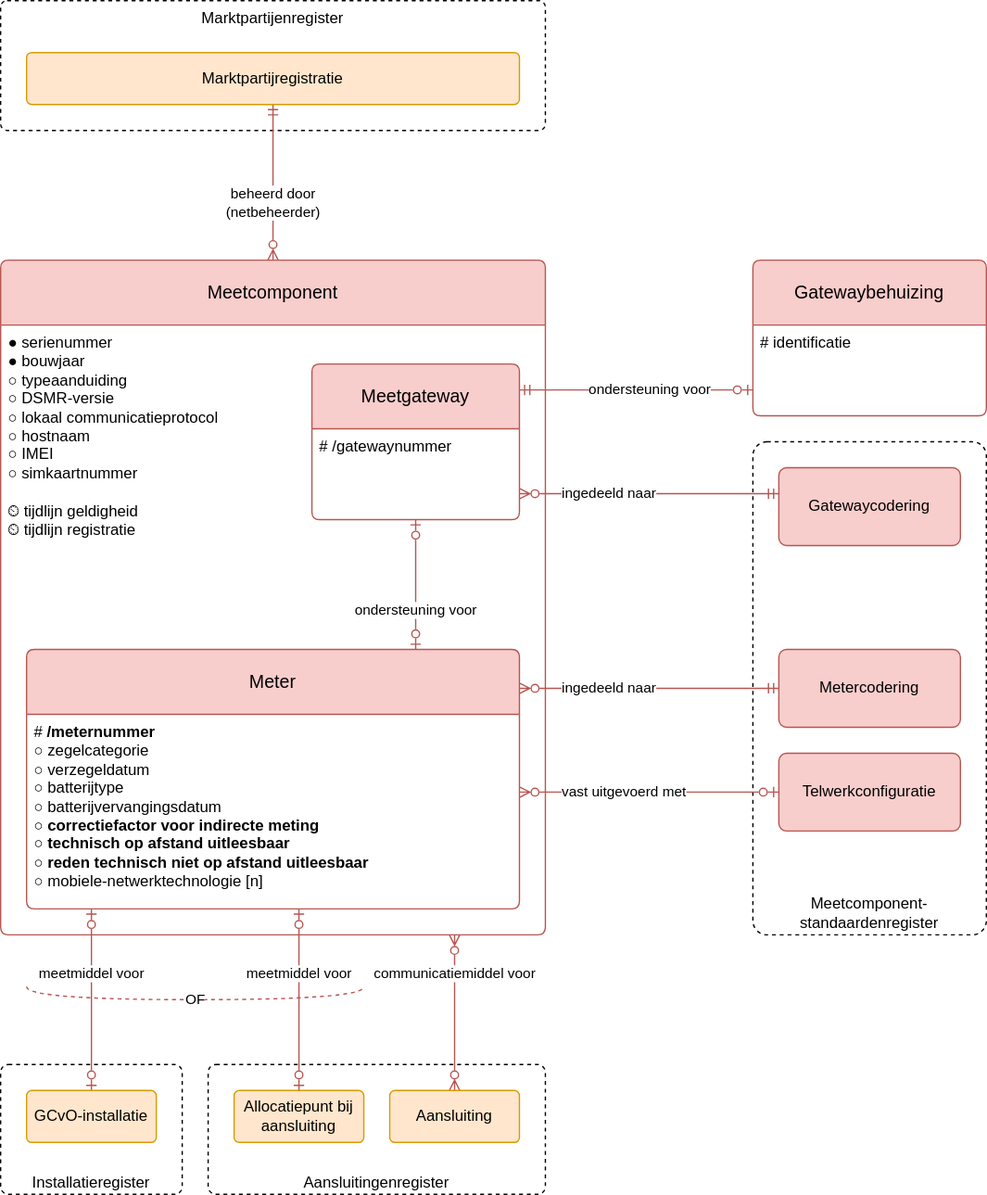
Earlier version of the draw.io export modellen/registers/meetcomponentenregister/1.0.0/model.drawio.svg (sefanja/nbnl-conceptuele-informatiemodellen). Source tidied: cells renumbered, new cells last; positions are measured from the earlier drawing's top-left corner, leaving out a move shared by most shapes.
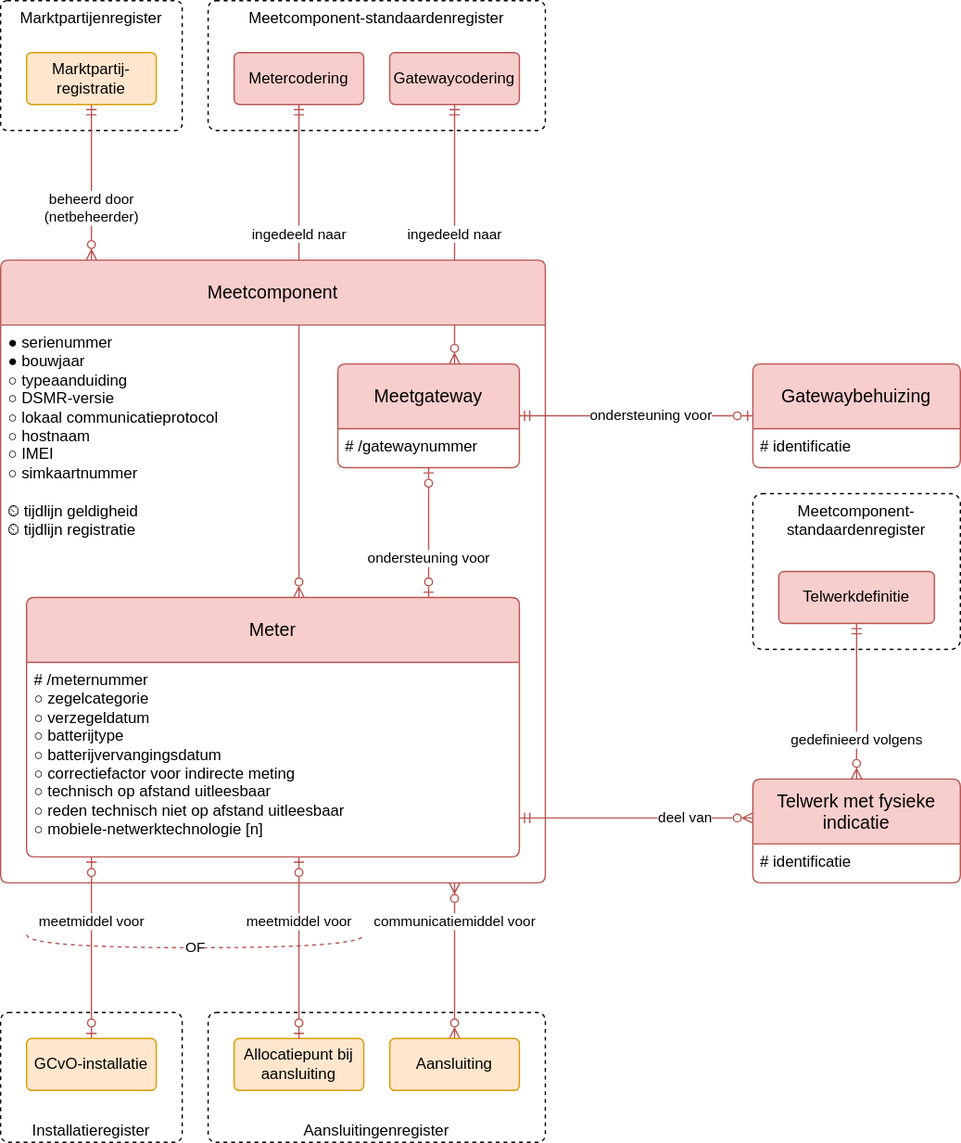
Later version of the same file.

Change to the diagram source:
```diff
@@ -2,29 +2,26 @@
   <root>
     <mxCell id="0" />
     <mxCell id="1" parent="0" />
+    <mxCell id="31" value="Meetcomponent-standaardenregister" style="rounded=1;whiteSpace=wrap;html=1;dashed=1;verticalAlign=top;arcSize=6;" parent="1" vertex="1">
+      <mxGeometry x="580" y="420" width="160" height="120" as="geometry" />
+    </mxCell>
-    <mxCell id="2" value="Meetcomponent-standaardenregister" style="rounded=1;whiteSpace=wrap;html=1;dashed=1;verticalAlign=bottom;arcSize=6;" parent="1" vertex="1">
-      <mxGeometry x="580" y="340" width="180" height="380" as="geometry" />
+    <mxCell id="2" value="Meetcomponent-standaardenregister" style="rounded=1;whiteSpace=wrap;html=1;dashed=1;verticalAlign=top;arcSize=6;" parent="1" vertex="1">
+      <mxGeometry x="160" y="40" width="260" height="100" as="geometry" />
     </mxCell>
-    <mxCell id="3" value="vast uitgevoerd&amp;nbsp;&lt;span style=&quot;background-color: light-dark(#ffffff, var(--ge-dark-color, #121212)); color: light-dark(rgb(0, 0, 0), rgb(255, 255, 255));&quot;&gt;met&lt;/span&gt;" style="endArrow=ERzeroToOne;html=1;rounded=0;startArrow=ERzeroToMany;startFill=0;endFill=0;edgeStyle=elbowEdgeStyle;align=left;fillColor=#f8cecc;strokeColor=#b85450;elbow=vertical;" parent="1" edge="1" source="9" target="26">
-      <mxGeometry x="-0.7" relative="1" as="geometry">
-        <mxPoint x="1" as="offset" />
-      </mxGeometry>
+    <mxCell id="3" value="gedefinieerd volgens" style="endArrow=ERmandOne;html=1;rounded=0;startArrow=ERzeroToMany;startFill=0;endFill=0;edgeStyle=elbowEdgeStyle;align=center;fillColor=#f8cecc;strokeColor=#b85450;" parent="1" edge="1" source="32" target="26">
+      <mxGeometry x="-0.5" relative="1" as="geometry" />
     </mxCell>
-    <mxCell id="4" value="ingedeeld naar" style="endArrow=ERmandOne;html=1;rounded=0;endFill=0;startArrow=ERzeroToMany;startFill=0;edgeStyle=elbowEdgeStyle;fillColor=#f8cecc;strokeColor=#b85450;align=left;elbow=vertical;" parent="1" edge="1" source="20" target="24">
-      <mxGeometry x="-0.7" relative="1" as="geometry">
-        <mxPoint x="1" as="offset" />
-      </mxGeometry>
+    <mxCell id="4" value="ingedeeld naar" style="endArrow=ERmandOne;html=1;rounded=0;endFill=0;startArrow=ERzeroToMany;startFill=0;edgeStyle=elbowEdgeStyle;fillColor=#f8cecc;strokeColor=#b85450;align=center;" parent="1" edge="1" source="20" target="24">
+      <mxGeometry relative="1" as="geometry" />
     </mxCell>
-    <mxCell id="5" value="ingedeeld naar" style="edgeStyle=elbowEdgeStyle;fontSize=11;html=1;endArrow=ERmandOne;startArrow=ERzeroToMany;rounded=0;endFill=0;fontStyle=0;align=left;startFill=0;fillColor=#f8cecc;strokeColor=#b85450;elbow=vertical;" parent="1" edge="1" source="9" target="25">
-      <mxGeometry x="-0.7" relative="1" as="geometry">
-        <mxPoint x="1" as="offset" />
-      </mxGeometry>
+    <mxCell id="5" value="ingedeeld naar" style="edgeStyle=elbowEdgeStyle;fontSize=11;html=1;endArrow=ERmandOne;startArrow=ERzeroToMany;rounded=0;endFill=0;fontStyle=0;align=center;startFill=0;fillColor=#f8cecc;strokeColor=#b85450;" parent="1" edge="1" source="9" target="25">
+      <mxGeometry x="0.47" relative="1" as="geometry" />
     </mxCell>
     <mxCell id="6" value="Meetcomponent" style="swimlane;horizontal=1;startSize=50;rounded=1;fontSize=14;fontStyle=0;strokeWidth=1;shadow=0;dashed=0;align=center;fillColor=#f8cecc;strokeColor=#b85450;arcSize=4;whiteSpace=wrap;html=1;" parent="1" vertex="1">
-      <mxGeometry y="200" width="420" height="520" as="geometry" />
+      <mxGeometry y="240" width="420" height="480" as="geometry" />
     </mxCell>
     <mxCell id="7" value="●&amp;nbsp;serienummer&lt;br&gt;●&amp;nbsp;bouwjaar&lt;br&gt;&lt;div&gt;&lt;/div&gt;&lt;div&gt;○ typeaanduiding&lt;span style=&quot;background-color: transparent; color: light-dark(rgb(0, 0, 0), rgb(255, 255, 255));&quot;&gt;&lt;/span&gt;&lt;/div&gt;&lt;div&gt;&lt;span style=&quot;background-color: transparent; color: light-dark(rgb(0, 0, 0), rgb(255, 255, 255));&quot;&gt;○ DSMR-versie&lt;/span&gt;&lt;/div&gt;&lt;div&gt;&lt;span style=&quot;background-color: transparent; color: light-dark(rgb(0, 0, 0), rgb(255, 255, 255));&quot;&gt;○&amp;nbsp;&lt;/span&gt;&lt;span style=&quot;background-color: transparent; color: light-dark(rgb(0, 0, 0), rgb(255, 255, 255));&quot;&gt;lokaal communicatieprotocol&lt;/span&gt;&lt;/div&gt;&lt;div&gt;&lt;span style=&quot;background-color: transparent; color: light-dark(rgb(0, 0, 0), rgb(255, 255, 255));&quot;&gt;○ hostnaam&lt;/span&gt;&lt;/div&gt;&lt;div&gt;&lt;span style=&quot;background-color: transparent; color: light-dark(rgb(0, 0, 0), rgb(255, 255, 255));&quot;&gt;○ IMEI&lt;/span&gt;&lt;/div&gt;&lt;div&gt;&lt;div&gt;&lt;span style=&quot;background-color: transparent; color: light-dark(rgb(0, 0, 0), rgb(255, 255, 255));&quot;&gt;○&amp;nbsp;simkaartnummer&lt;/span&gt;&lt;/div&gt;&lt;/div&gt;&lt;div&gt;&lt;span style=&quot;background-color: transparent; color: light-dark(rgb(0, 0, 0), rgb(255, 255, 255));&quot;&gt;&lt;br&gt;&lt;/span&gt;&lt;/div&gt;&lt;div&gt;&lt;span style=&quot;background-color: transparent;&quot;&gt;⏲ tijdlijn geldigheid&lt;/span&gt;&lt;/div&gt;&lt;div&gt;⏲ tijdlijn registratie&lt;span style=&quot;background-color: transparent;&quot;&gt;&lt;/span&gt;&lt;/div&gt;" style="align=left;strokeColor=none;fillColor=none;spacingLeft=4;fontSize=12;verticalAlign=top;fontStyle=0;html=1;" parent="6" vertex="1">
-      <mxGeometry y="50" width="420" height="470" as="geometry" />
+      <mxGeometry y="50" width="420" height="430" as="geometry" />
     </mxCell>
     <mxCell id="8" value="Aansluitingenregister" style="rounded=1;whiteSpace=wrap;html=1;dashed=1;verticalAlign=bottom;arcSize=6;" parent="1" vertex="1">
       <mxGeometry x="160" y="820" width="260" height="100" as="geometry" />
@@ -32,7 +29,7 @@
     <mxCell id="9" value="Meter" style="swimlane;horizontal=1;startSize=50;rounded=1;fontSize=14;fontStyle=0;strokeWidth=1;shadow=0;dashed=0;align=center;fillColor=#f8cecc;strokeColor=#b85450;arcSize=4;whiteSpace=wrap;html=1;" parent="1" vertex="1">
       <mxGeometry x="20" y="500" width="380" height="200" as="geometry" />
     </mxCell>
-    <mxCell id="10" value="&lt;div&gt;# &lt;b&gt;/meternummer&lt;/b&gt;&lt;/div&gt;&lt;div&gt;&lt;div&gt;&lt;span style=&quot;background-color: initial; color: light-dark(rgb(0, 0, 0), rgb(255, 255, 255));&quot;&gt;○ zegelcategorie&lt;/span&gt;&lt;/div&gt;&lt;div&gt;○ verzegeldatum&lt;/div&gt;&lt;/div&gt;&lt;div&gt;&lt;span style=&quot;background-color: transparent; color: light-dark(rgb(0, 0, 0), rgb(255, 255, 255));&quot;&gt;○ batterijtype&lt;/span&gt;&lt;/div&gt;&lt;div&gt;&lt;div&gt;○ batterijvervangingsdatum&lt;/div&gt;&lt;/div&gt;&lt;div&gt;&lt;span style=&quot;background-color: transparent; color: light-dark(rgb(0, 0, 0), rgb(255, 255, 255));&quot;&gt;○&amp;nbsp;&lt;/span&gt;&lt;b style=&quot;background-color: transparent; color: light-dark(rgb(0, 0, 0), rgb(255, 255, 255));&quot;&gt;correctiefactor&amp;nbsp;voor indirecte meting&lt;/b&gt;&lt;/div&gt;&lt;div&gt;&lt;div&gt;&lt;div&gt;&lt;span style=&quot;background-color: transparent; color: light-dark(rgb(0, 0, 0), rgb(255, 255, 255));&quot;&gt;○&lt;/span&gt;&lt;span style=&quot;background-color: initial; color: light-dark(rgb(0, 0, 0), rgb(255, 255, 255));&quot;&gt;&amp;nbsp;&lt;/span&gt;&lt;span style=&quot;background-color: initial; color: light-dark(rgb(0, 0, 0), rgb(255, 255, 255));&quot;&gt;&lt;b&gt;technisch op afstand uitleesbaar&lt;/b&gt;&lt;/span&gt;&lt;/div&gt;&lt;div&gt;○&amp;nbsp;&lt;b&gt;reden technisch niet op afstand&amp;nbsp;&lt;span style=&quot;background-color: transparent; color: light-dark(rgb(0, 0, 0), rgb(255, 255, 255));&quot;&gt;uitleesbaar&lt;/span&gt;&lt;/b&gt;&lt;/div&gt;&lt;/div&gt;&lt;/div&gt;&lt;div&gt;&lt;div&gt;&lt;span style=&quot;background-color: transparent; color: light-dark(rgb(0, 0, 0), rgb(255, 255, 255));&quot;&gt;○&lt;/span&gt;&amp;nbsp;mobiele-netwerktechnologie [n]&lt;/div&gt;&lt;/div&gt;" style="align=left;strokeColor=none;fillColor=none;spacingLeft=4;fontSize=12;verticalAlign=top;fontStyle=0;html=1;" parent="9" vertex="1">
+    <mxCell id="10" value="&lt;div&gt;# /meternummer&lt;/div&gt;&lt;div&gt;&lt;div&gt;&lt;span style=&quot;background-color: initial; color: light-dark(rgb(0, 0, 0), rgb(255, 255, 255));&quot;&gt;○ zegelcategorie&lt;/span&gt;&lt;/div&gt;&lt;div&gt;○ verzegeldatum&lt;/div&gt;&lt;/div&gt;&lt;div&gt;&lt;span style=&quot;background-color: transparent; color: light-dark(rgb(0, 0, 0), rgb(255, 255, 255));&quot;&gt;○ batterijtype&lt;/span&gt;&lt;/div&gt;&lt;div&gt;&lt;div&gt;○ batterijvervangingsdatum&lt;/div&gt;&lt;/div&gt;&lt;div&gt;&lt;span style=&quot;background-color: transparent; color: light-dark(rgb(0, 0, 0), rgb(255, 255, 255));&quot;&gt;○&amp;nbsp;&lt;/span&gt;&lt;span style=&quot;background-color: transparent; color: light-dark(rgb(0, 0, 0), rgb(255, 255, 255));&quot;&gt;correctiefactor&amp;nbsp;voor indirecte meting&lt;/span&gt;&lt;/div&gt;&lt;div&gt;&lt;div&gt;&lt;div&gt;&lt;span style=&quot;background-color: transparent; color: light-dark(rgb(0, 0, 0), rgb(255, 255, 255));&quot;&gt;○&lt;/span&gt;&lt;span style=&quot;background-color: initial; color: light-dark(rgb(0, 0, 0), rgb(255, 255, 255));&quot;&gt;&amp;nbsp;&lt;/span&gt;&lt;span style=&quot;background-color: initial; color: light-dark(rgb(0, 0, 0), rgb(255, 255, 255));&quot;&gt;technisch op afstand uitleesbaar&lt;/span&gt;&lt;/div&gt;&lt;div&gt;○&amp;nbsp;reden technisch niet op afstand&amp;nbsp;&lt;span style=&quot;background-color: transparent; color: light-dark(rgb(0, 0, 0), rgb(255, 255, 255));&quot;&gt;uitleesbaar&lt;/span&gt;&lt;/div&gt;&lt;/div&gt;&lt;/div&gt;&lt;div&gt;&lt;div&gt;&lt;span style=&quot;background-color: transparent; color: light-dark(rgb(0, 0, 0), rgb(255, 255, 255));&quot;&gt;○&lt;/span&gt;&amp;nbsp;mobiele-netwerktechnologie [n]&lt;/div&gt;&lt;/div&gt;" style="align=left;strokeColor=none;fillColor=none;spacingLeft=4;fontSize=12;verticalAlign=top;fontStyle=0;html=1;" parent="9" vertex="1">
       <mxGeometry y="50" width="380" height="150" as="geometry" />
     </mxCell>
     <mxCell id="11" value="Installatieregister" style="rounded=1;whiteSpace=wrap;html=1;dashed=1;verticalAlign=bottom;arcSize=6;" parent="1" vertex="1">
@@ -42,10 +39,10 @@
       <mxGeometry x="-0.29" relative="1" as="geometry" />
     </mxCell>
     <mxCell id="13" value="Marktpartijenregister" style="rounded=1;whiteSpace=wrap;html=1;verticalAlign=top;sketch=0;fontSize=12;dashed=1;arcSize=5;" parent="1" vertex="1">
-      <mxGeometry width="420" height="100" as="geometry" />
+      <mxGeometry y="40" width="140" height="100" as="geometry" />
     </mxCell>
     <mxCell id="14" value="beheerd door&lt;div&gt;(netbeheerder)&lt;/div&gt;" style="endArrow=ERmandOne;html=1;rounded=0;startArrow=ERzeroToMany;startFill=0;endFill=0;align=center;edgeStyle=elbowEdgeStyle;fillColor=#f8cecc;strokeColor=#b85450;" parent="1" edge="1" source="6" target="17">
-      <mxGeometry x="-0.27" relative="1" as="geometry" />
+      <mxGeometry x="-0.33" relative="1" as="geometry" />
     </mxCell>
     <mxCell id="15" value="Allocatiepunt bij aansluiting" style="rounded=1;arcSize=10;whiteSpace=wrap;html=1;align=center;fillColor=#ffe6cc;strokeColor=#d79b00;" parent="1" vertex="1">
       <mxGeometry x="180" y="840" width="100" height="40" as="geometry" />
@@ -53,8 +50,8 @@
     <mxCell id="16" value="GCvO-installatie" style="rounded=1;arcSize=10;whiteSpace=wrap;html=1;align=center;fillColor=#ffe6cc;strokeColor=#d79b00;" parent="1" vertex="1">
       <mxGeometry x="20" y="840" width="100" height="40" as="geometry" />
     </mxCell>
-    <mxCell id="17" value="Marktpartijregistratie" style="rounded=1;arcSize=10;whiteSpace=wrap;html=1;align=center;fillColor=#ffe6cc;strokeColor=#d79b00;" parent="1" vertex="1">
-      <mxGeometry x="20" y="40" width="380" height="40" as="geometry" />
+    <mxCell id="17" value="Marktpartij-registratie" style="rounded=1;arcSize=10;whiteSpace=wrap;html=1;align=center;fillColor=#ffe6cc;strokeColor=#d79b00;" parent="1" vertex="1">
+      <mxGeometry x="20" y="80" width="100" height="40" as="geometry" />
     </mxCell>
     <mxCell id="18" value="meetmiddel voor" style="edgeStyle=elbowEdgeStyle;fontSize=11;html=1;endArrow=ERzeroToOne;startArrow=ERzeroToOne;rounded=0;startFill=0;align=center;endFill=0;jumpStyle=none;fontStyle=0;fillColor=#f8cecc;strokeColor=#b85450;" parent="1" edge="1" source="9" target="15">
       <mxGeometry x="-0.29" relative="1" as="geometry" />
@@ -70,10 +67,10 @@
       </mxGeometry>
     </mxCell>
     <mxCell id="20" value="&lt;div&gt;Meetgateway&lt;/div&gt;" style="swimlane;horizontal=1;startSize=50;rounded=1;fontSize=14;fontStyle=0;strokeWidth=1;shadow=0;dashed=0;align=center;fillColor=#f8cecc;strokeColor=#b85450;arcSize=4;whiteSpace=wrap;html=1;" parent="1" vertex="1">
-      <mxGeometry x="240" y="280" width="160" height="120" as="geometry" />
+      <mxGeometry x="260" y="320" width="140" height="80" as="geometry" />
     </mxCell>
     <mxCell id="21" value="# /gatewaynummer" style="align=left;strokeColor=none;fillColor=none;spacingLeft=4;fontSize=12;verticalAlign=top;fontStyle=0;html=1;" parent="20" vertex="1">
-      <mxGeometry y="50" width="160" height="70" as="geometry" />
+      <mxGeometry y="50" width="140" height="30" as="geometry" />
     </mxCell>
     <mxCell id="22" value="communicatiemiddel voor" style="edgeStyle=elbowEdgeStyle;fontSize=11;html=1;endArrow=ERzeroToMany;startArrow=ERzeroToMany;rounded=0;startFill=0;align=center;endFill=0;jumpStyle=none;fontStyle=0;fillColor=#f8cecc;strokeColor=#b85450;" parent="1" edge="1" source="6" target="23">
       <mxGeometry x="-0.5" relative="1" as="geometry" />
@@ -82,27 +79,34 @@
       <mxGeometry x="300" y="840" width="100" height="40" as="geometry" />
     </mxCell>
     <mxCell id="24" value="Gatewaycodering" style="rounded=1;arcSize=10;whiteSpace=wrap;html=1;align=center;fillColor=#f8cecc;verticalAlign=middle;strokeColor=#b85450;" parent="1" vertex="1">
-      <mxGeometry x="600" y="360" width="140" height="60" as="geometry" />
+      <mxGeometry x="300" y="80" width="100" height="40" as="geometry" />
     </mxCell>
     <mxCell id="25" value="Metercodering" style="rounded=1;arcSize=10;whiteSpace=wrap;html=1;align=center;fillColor=#f8cecc;verticalAlign=middle;strokeColor=#b85450;" parent="1" vertex="1">
-      <mxGeometry x="600" y="500" width="140" height="60" as="geometry" />
+      <mxGeometry x="180" y="80" width="100" height="40" as="geometry" />
     </mxCell>
-    <mxCell id="26" value="Telwerkconfiguratie" style="rounded=1;arcSize=10;whiteSpace=wrap;html=1;align=center;fillColor=#f8cecc;verticalAlign=middle;strokeColor=#b85450;" parent="1" vertex="1">
-      <mxGeometry x="600" y="580" width="140" height="60" as="geometry" />
+    <mxCell id="26" value="Telwerkdefinitie" style="rounded=1;arcSize=10;whiteSpace=wrap;html=1;align=center;fillColor=#f8cecc;verticalAlign=middle;strokeColor=#b85450;" parent="1" vertex="1">
+      <mxGeometry x="600" y="480" width="120" height="40" as="geometry" />
     </mxCell>
     <mxCell id="27" value="&lt;div&gt;Gatewaybehuizing&lt;/div&gt;" style="swimlane;horizontal=1;startSize=50;rounded=1;fontSize=14;fontStyle=0;strokeWidth=1;shadow=0;dashed=0;align=center;fillColor=#f8cecc;strokeColor=#b85450;arcSize=4;whiteSpace=wrap;html=1;" parent="1" vertex="1">
-      <mxGeometry x="580" y="200" width="180" height="120" as="geometry" />
+      <mxGeometry x="580" y="320" width="160" height="80" as="geometry" />
     </mxCell>
     <mxCell id="28" value="# identificatie" style="align=left;strokeColor=none;fillColor=none;spacingLeft=4;fontSize=12;verticalAlign=top;fontStyle=0;html=1;" parent="27" vertex="1">
-      <mxGeometry y="50" width="180" height="70" as="geometry" />
+      <mxGeometry y="50" width="160" height="30" as="geometry" />
     </mxCell>
     <mxCell id="29" value="ondersteuning voor" style="endArrow=ERmandOne;html=1;rounded=0;endFill=0;startArrow=ERzeroToOne;startFill=0;fillColor=#f8cecc;strokeColor=#b85450;edgeStyle=elbowEdgeStyle;elbow=vertical;align=right;" parent="1" edge="1" source="27" target="20">
-      <mxGeometry x="-0.67" relative="1" as="geometry">
-        <mxPoint x="-1" as="offset" />
-      </mxGeometry>
+      <mxGeometry x="-0.67" relative="1" as="geometry" />
     </mxCell>
     <mxCell id="30" value="ondersteuning voor" style="endArrow=ERzeroToOne;html=1;rounded=0;endFill=0;startArrow=ERzeroToOne;startFill=0;fillColor=#f8cecc;strokeColor=#b85450;edgeStyle=elbowEdgeStyle;align=center;" parent="1" edge="1" source="9" target="20">
       <mxGeometry x="-0.4" relative="1" as="geometry" />
     </mxCell>
+    <mxCell id="32" value="&lt;div&gt;Telwerk met fysieke indicatie&lt;/div&gt;" style="swimlane;horizontal=1;startSize=50;rounded=1;fontSize=14;fontStyle=0;strokeWidth=1;shadow=0;dashed=0;align=center;fillColor=#f8cecc;strokeColor=#b85450;arcSize=4;whiteSpace=wrap;html=1;" parent="1" vertex="1">
+      <mxGeometry x="580" y="640" width="160" height="80" as="geometry" />
+    </mxCell>
+    <mxCell id="33" value="# identificatie" style="align=left;strokeColor=none;fillColor=none;spacingLeft=4;fontSize=12;verticalAlign=top;fontStyle=0;html=1;" parent="32" vertex="1">
+      <mxGeometry y="50" width="160" height="30" as="geometry" />
+    </mxCell>
+    <mxCell id="34" value="deel van" style="endArrow=ERmandOne;html=1;rounded=0;startArrow=ERzeroToMany;startFill=0;endFill=0;edgeStyle=elbowEdgeStyle;align=right;fillColor=#f8cecc;strokeColor=#b85450;elbow=vertical;" parent="1" edge="1" source="32" target="9">
+      <mxGeometry x="-0.67" relative="1" as="geometry" />
+    </mxCell>
   </root>
 </mxGraphModel>
```
